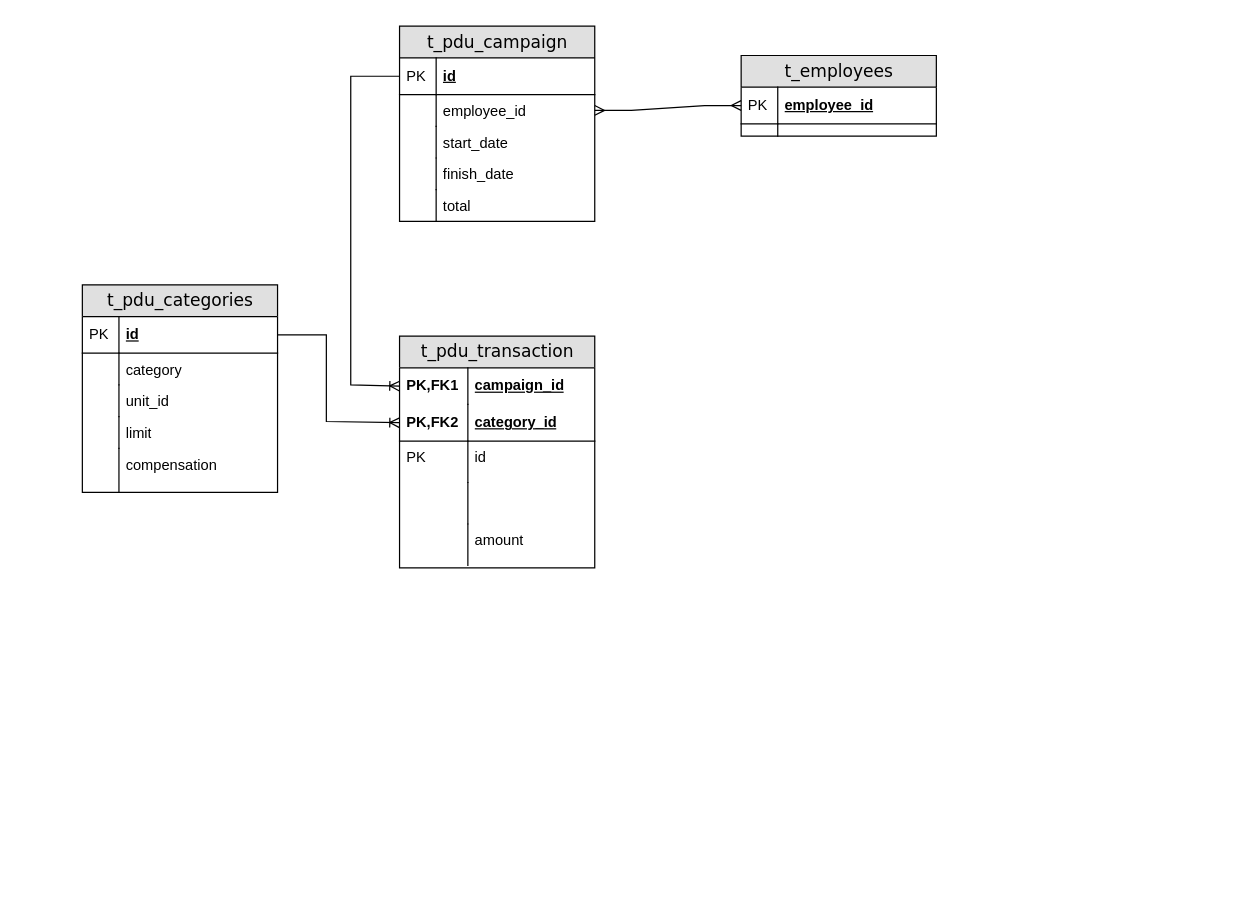
Earlier version of the draw.io diagram PDU.drawio (na3api/tt). Source tidied: cells renumbered, new cells numbered last; positions are measured from the earlier drawing's top-left corner, leaving out a move shared by most shapes. Both pictures are drawn from the tidied source at 122%, with x=0, y=0 at pixel (82, 26).
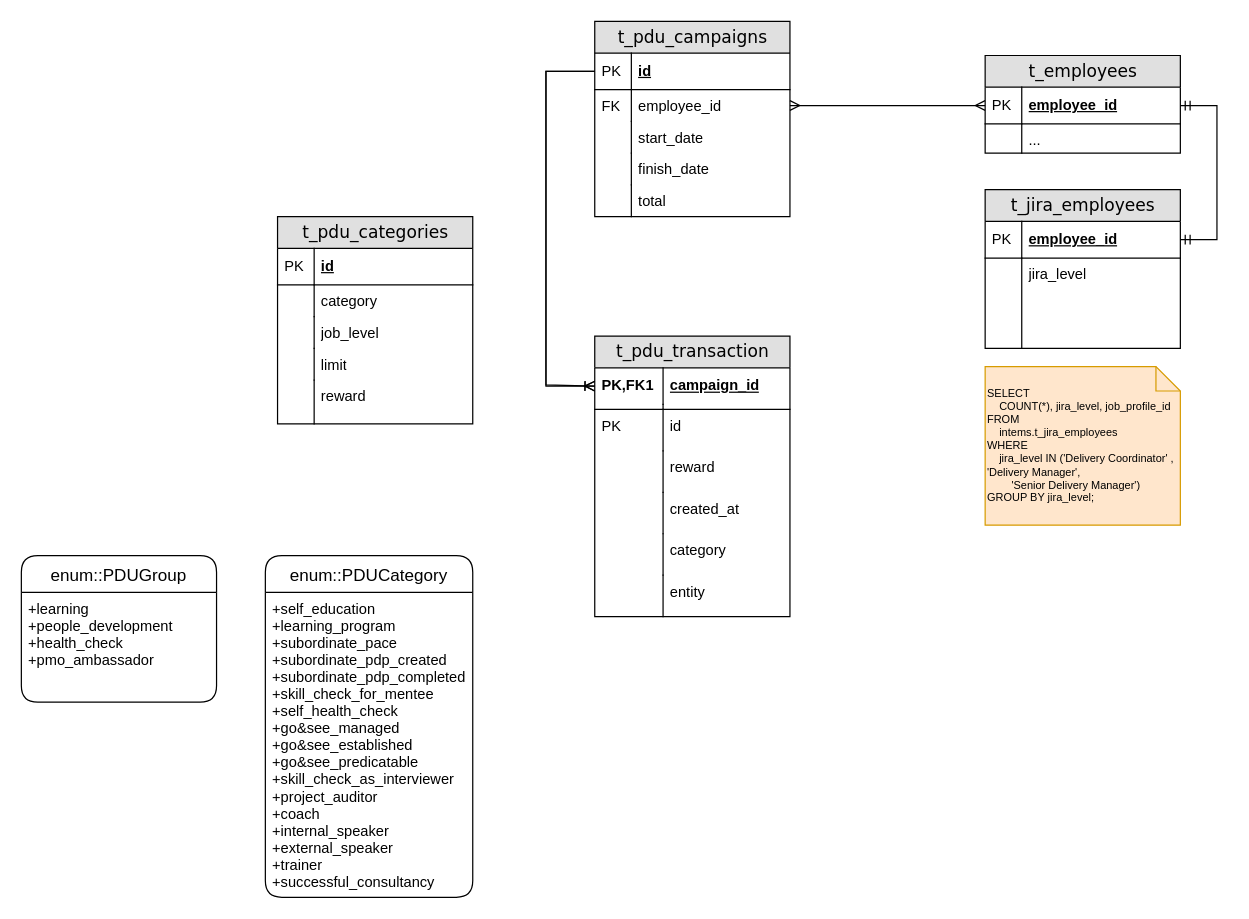
The same page after the edit.

Unchanged cells that the change refers to:
```xml
<mxCell id="3" value="employee_id" style="shape=partialRectangle;top=0;left=0;right=0;bottom=1;html=1;align=left;verticalAlign=middle;fillColor=none;spacingLeft=34;spacingRight=4;whiteSpace=wrap;overflow=hidden;points=[[0,0.5],[1,0.5]];portConstraint=eastwest;fontStyle=5;" parent="2" vertex="1">
  <mxGeometry y="26" width="160" height="30" as="geometry" />
</mxCell>
<mxCell id="8" value="id" style="shape=partialRectangle;top=0;left=0;right=0;bottom=1;html=1;align=left;verticalAlign=middle;fillColor=none;spacingLeft=34;spacingRight=4;whiteSpace=wrap;overflow=hidden;points=[[0,0.5],[1,0.5]];portConstraint=eastwest;fontStyle=5;" parent="7" vertex="1">
  <mxGeometry y="26" width="160" height="30" as="geometry" />
</mxCell>
<mxCell id="10" value="employee_id" style="shape=partialRectangle;top=0;left=0;right=0;bottom=0;html=1;align=left;verticalAlign=top;fillColor=none;spacingLeft=34;spacingRight=4;whiteSpace=wrap;overflow=hidden;points=[[0,0.5],[1,0.5]];portConstraint=eastwest;" parent="7" vertex="1">
  <mxGeometry y="56" width="160" height="26" as="geometry" />
</mxCell>
<mxCell id="19" value="campaign_id" style="shape=partialRectangle;top=0;left=0;right=0;bottom=0;html=1;align=left;verticalAlign=middle;fillColor=none;spacingLeft=60;spacingRight=4;whiteSpace=wrap;overflow=hidden;points=[[0,0.5],[1,0.5]];portConstraint=eastwest;fontStyle=5;" parent="18" vertex="1">
  <mxGeometry y="26" width="160" height="30" as="geometry" />
</mxCell>
<mxCell id="30" value="id" style="shape=partialRectangle;top=0;left=0;right=0;bottom=1;html=1;align=left;verticalAlign=middle;fillColor=none;spacingLeft=34;spacingRight=4;whiteSpace=wrap;overflow=hidden;points=[[0,0.5],[1,0.5]];portConstraint=eastwest;fontStyle=5;" parent="29" vertex="1">
  <mxGeometry y="26" width="160" height="30" as="geometry" />
</mxCell>
```

Change to the diagram source:
```diff
@@
     <mxCell id="2" value="t_employees" style="swimlane;html=1;fontStyle=0;horizontal=1;startSize=26;fillColor=#e0e0e0;swimlaneFillColor=#ffffff;align=center;rounded=0;shadow=0;comic=0;labelBackgroundColor=none;strokeWidth=1;fontFamily=Verdana;fontSize=14;swimlaneLine=1;" parent="1" vertex="1">
-      <mxGeometry x="540" y="24" width="160" height="66" as="geometry" />
+      <mxGeometry x="740" y="24" width="160" height="80" as="geometry" />
     </mxCell>
@@
-    <mxCell id="5" style="shape=partialRectangle;top=0;left=0;right=0;bottom=0;html=1;align=left;verticalAlign=top;fillColor=none;spacingLeft=34;spacingRight=4;whiteSpace=wrap;overflow=hidden;" parent="2" vertex="1">
-      <mxGeometry y="56" width="160" height="10" as="geometry" />
+    <mxCell id="5" value="..." style="shape=partialRectangle;top=0;left=0;right=0;bottom=0;html=1;align=left;verticalAlign=top;fillColor=none;spacingLeft=34;spacingRight=4;whiteSpace=wrap;overflow=hidden;" parent="2" vertex="1">
+      <mxGeometry y="56" width="160" height="24" as="geometry" />
     </mxCell>
     <mxCell id="6" style="shape=partialRectangle;top=0;left=0;bottom=0;html=1;fillColor=none;align=left;verticalAlign=top;spacingLeft=4;spacingRight=4;whiteSpace=wrap;overflow=hidden;" parent="5" vertex="1">
-      <mxGeometry width="30" height="10" as="geometry" />
+      <mxGeometry width="30" height="24" as="geometry" />
     </mxCell>
-    <mxCell id="7" value="t_pdu_campaign" style="swimlane;html=1;fontStyle=0;horizontal=1;startSize=26;fillColor=#e0e0e0;swimlaneFillColor=#ffffff;align=center;rounded=0;shadow=0;comic=0;labelBackgroundColor=none;strokeWidth=1;fontFamily=Verdana;fontSize=14;" parent="1" vertex="1">
-      <mxGeometry x="260" width="160" height="160" as="geometry" />
+    <mxCell id="7" value="t_pdu_campaigns" style="swimlane;html=1;fontStyle=0;horizontal=1;startSize=26;fillColor=#e0e0e0;swimlaneFillColor=#ffffff;align=center;rounded=0;shadow=0;comic=0;labelBackgroundColor=none;strokeWidth=1;fontFamily=Verdana;fontSize=14;" parent="1" vertex="1">
+      <mxGeometry x="420" y="-4" width="160" height="160" as="geometry" />
     </mxCell>
@@
-    <mxCell id="11" style="shape=partialRectangle;top=0;left=0;bottom=0;html=1;fillColor=none;align=left;verticalAlign=top;spacingLeft=4;spacingRight=4;whiteSpace=wrap;overflow=hidden;" parent="10" vertex="1">
+    <mxCell id="11" value="FK" style="shape=partialRectangle;top=0;left=0;bottom=0;html=1;fillColor=none;align=left;verticalAlign=top;spacingLeft=4;spacingRight=4;whiteSpace=wrap;overflow=hidden;" parent="10" vertex="1">
       <mxGeometry width="30" height="26" as="geometry" />
     </mxCell>
@@
     <mxCell id="18" value="t_pdu_transaction" style="swimlane;html=1;fontStyle=0;horizontal=1;startSize=26;fillColor=#e0e0e0;swimlaneFillColor=#ffffff;align=center;rounded=0;shadow=0;comic=0;labelBackgroundColor=none;strokeWidth=1;fontFamily=Verdana;fontSize=14;" parent="1" vertex="1">
-      <mxGeometry x="260" y="254" width="160" height="190" as="geometry" />
+      <mxGeometry x="420" y="254" width="160" height="230" as="geometry" />
     </mxCell>
@@
-    <mxCell id="21" value="category_id" style="shape=partialRectangle;top=0;left=0;right=0;bottom=1;html=1;align=left;verticalAlign=middle;fillColor=none;spacingLeft=60;spacingRight=4;whiteSpace=wrap;overflow=hidden;points=[[0,0.5],[1,0.5]];portConstraint=eastwest;fontStyle=5;" parent="18" vertex="1">
-      <mxGeometry y="56" width="160" height="30" as="geometry" />
+    <mxCell id="21" style="shape=partialRectangle;top=0;left=0;right=0;bottom=1;html=1;align=left;verticalAlign=middle;fillColor=none;spacingLeft=60;spacingRight=4;whiteSpace=wrap;overflow=hidden;points=[[0,0.5],[1,0.5]];portConstraint=eastwest;fontStyle=5;" parent="18" vertex="1">
+      <mxGeometry y="56" width="160" height="4" as="geometry" />
     </mxCell>
-    <mxCell id="22" value="PK,FK2" style="shape=partialRectangle;fontStyle=1;top=0;left=0;bottom=0;html=1;fillColor=none;align=left;verticalAlign=middle;spacingLeft=4;spacingRight=4;whiteSpace=wrap;overflow=hidden;" parent="21" vertex="1">
-      <mxGeometry width="56" height="30" as="geometry" />
+    <mxCell id="22" style="shape=partialRectangle;fontStyle=1;top=0;left=0;bottom=0;html=1;fillColor=none;align=left;verticalAlign=middle;spacingLeft=4;spacingRight=4;whiteSpace=wrap;overflow=hidden;" parent="21" vertex="1">
+      <mxGeometry width="56" height="4" as="geometry" />
     </mxCell>
     <mxCell id="23" value="id" style="shape=partialRectangle;top=0;left=0;right=0;bottom=0;html=1;align=left;verticalAlign=top;fillColor=none;spacingLeft=60;spacingRight=4;whiteSpace=wrap;overflow=hidden;" parent="18" vertex="1">
-      <mxGeometry y="86" width="160" height="34" as="geometry" />
+      <mxGeometry y="60" width="160" height="34" as="geometry" />
     </mxCell>
@@
-    <mxCell id="25" style="shape=partialRectangle;top=0;left=0;right=0;bottom=0;html=1;align=left;verticalAlign=top;fillColor=none;spacingLeft=60;spacingRight=4;whiteSpace=wrap;overflow=hidden;" parent="18" vertex="1">
-      <mxGeometry y="120" width="160" height="34" as="geometry" />
+    <mxCell id="25" value="reward" style="shape=partialRectangle;top=0;left=0;right=0;bottom=0;html=1;align=left;verticalAlign=top;fillColor=none;spacingLeft=60;spacingRight=4;whiteSpace=wrap;overflow=hidden;" parent="18" vertex="1">
+      <mxGeometry y="94" width="160" height="34" as="geometry" />
     </mxCell>
@@
-    <mxCell id="27" value="amount" style="shape=partialRectangle;top=0;left=0;right=0;bottom=0;html=1;align=left;verticalAlign=top;fillColor=none;spacingLeft=60;spacingRight=4;whiteSpace=wrap;overflow=hidden;" parent="18" vertex="1">
-      <mxGeometry y="154" width="160" height="34" as="geometry" />
+    <mxCell id="27" value="created_at" style="shape=partialRectangle;top=0;left=0;right=0;bottom=0;html=1;align=left;verticalAlign=top;fillColor=none;spacingLeft=60;spacingRight=4;whiteSpace=wrap;overflow=hidden;" parent="18" vertex="1">
+      <mxGeometry y="128" width="160" height="34" as="geometry" />
     </mxCell>
@@
+    <mxCell id="43" value="category" style="shape=partialRectangle;top=0;left=0;right=0;bottom=0;html=1;align=left;verticalAlign=top;fillColor=none;spacingLeft=60;spacingRight=4;whiteSpace=wrap;overflow=hidden;" parent="18" vertex="1">
+      <mxGeometry y="162" width="160" height="34" as="geometry" />
+    </mxCell>
+    <mxCell id="44" style="shape=partialRectangle;top=0;left=0;bottom=0;html=1;fillColor=none;align=left;verticalAlign=top;spacingLeft=4;spacingRight=4;whiteSpace=wrap;overflow=hidden;" parent="43" vertex="1">
+      <mxGeometry width="56" height="34" as="geometry" />
+    </mxCell>
+    <mxCell id="45" value="entity" style="shape=partialRectangle;top=0;left=0;right=0;bottom=0;html=1;align=left;verticalAlign=top;fillColor=none;spacingLeft=60;spacingRight=4;whiteSpace=wrap;overflow=hidden;" parent="18" vertex="1">
+      <mxGeometry y="196" width="160" height="34" as="geometry" />
+    </mxCell>
+    <mxCell id="46" style="shape=partialRectangle;top=0;left=0;bottom=0;html=1;fillColor=none;align=left;verticalAlign=top;spacingLeft=4;spacingRight=4;whiteSpace=wrap;overflow=hidden;" parent="45" vertex="1">
+      <mxGeometry width="56" height="34" as="geometry" />
+    </mxCell>
     <mxCell id="29" value="t_pdu_categories" style="swimlane;html=1;fontStyle=0;horizontal=1;startSize=26;fillColor=#e0e0e0;swimlaneFillColor=#ffffff;align=center;rounded=0;shadow=0;comic=0;labelBackgroundColor=none;strokeWidth=1;fontFamily=Verdana;fontSize=14;" parent="1" vertex="1">
-      <mxGeometry y="212" width="160" height="170" as="geometry" />
+      <mxGeometry x="160" y="156" width="160" height="170" as="geometry" />
     </mxCell>
@@
-    <mxCell id="34" value="unit_id" style="shape=partialRectangle;top=0;left=0;right=0;bottom=0;html=1;align=left;verticalAlign=top;fillColor=none;spacingLeft=34;spacingRight=4;whiteSpace=wrap;overflow=hidden;" parent="29" vertex="1">
+    <mxCell id="34" value="job_level" style="shape=partialRectangle;top=0;left=0;right=0;bottom=0;html=1;align=left;verticalAlign=top;fillColor=none;spacingLeft=34;spacingRight=4;whiteSpace=wrap;overflow=hidden;" parent="29" vertex="1">
       <mxGeometry y="82" width="160" height="26" as="geometry" />
     </mxCell>
@@
-    <mxCell id="38" value="compensation" style="shape=partialRectangle;top=0;left=0;right=0;bottom=0;html=1;align=left;verticalAlign=top;fillColor=none;spacingLeft=34;spacingRight=4;whiteSpace=wrap;overflow=hidden;" parent="29" vertex="1">
+    <mxCell id="38" value="reward" style="shape=partialRectangle;top=0;left=0;right=0;bottom=0;html=1;align=left;verticalAlign=top;fillColor=none;spacingLeft=34;spacingRight=4;whiteSpace=wrap;overflow=hidden;" parent="29" vertex="1">
       <mxGeometry y="134" width="160" height="36" as="geometry" />
     </mxCell>
@@
     <mxCell id="40" style="fontSize=12;html=1;endArrow=ERoneToMany;rounded=0;shadow=0;entryX=0;entryY=0.5;entryDx=0;entryDy=0;exitX=0;exitY=0.5;exitDx=0;exitDy=0;" parent="1" edge="1" source="8" target="19">
       <mxGeometry relative="1" as="geometry">
         <Array as="points">
-          <mxPoint x="220" y="41" />
-          <mxPoint x="220" y="294" />
+          <mxPoint x="380" y="37" />
+          <mxPoint x="380" y="294" />
         </Array>
       </mxGeometry>
     </mxCell>
@@
-    <mxCell id="42" style="fontSize=12;html=1;endArrow=ERoneToMany;rounded=0;shadow=0;sketch=0;exitX=1;exitY=0.5;exitDx=0;exitDy=0;entryX=0;entryY=0.5;entryDx=0;entryDy=0;" parent="1" edge="1" source="30" target="21">
-      <mxGeometry x="0.55" y="-22" relative="1" as="geometry">
-        <Array as="points">
-          <mxPoint x="200" y="253" />
-          <mxPoint x="200" y="324" />
-        </Array>
-      </mxGeometry>
-    </mxCell>
+    <mxCell id="47" value="t_jira_employees" style="swimlane;html=1;fontStyle=0;horizontal=1;startSize=26;fillColor=#e0e0e0;swimlaneFillColor=#ffffff;align=center;rounded=0;shadow=0;comic=0;labelBackgroundColor=none;strokeWidth=1;fontFamily=Verdana;fontSize=14;swimlaneLine=1;" parent="1" vertex="1">
+      <mxGeometry x="740" y="134" width="160" height="130" as="geometry" />
+    </mxCell>
+    <mxCell id="48" value="employee_id" style="shape=partialRectangle;top=0;left=0;right=0;bottom=1;html=1;align=left;verticalAlign=middle;fillColor=none;spacingLeft=34;spacingRight=4;whiteSpace=wrap;overflow=hidden;points=[[0,0.5],[1,0.5]];portConstraint=eastwest;fontStyle=5;" parent="47" vertex="1">
+      <mxGeometry y="26" width="160" height="30" as="geometry" />
+    </mxCell>
+    <mxCell id="49" value="PK" style="shape=partialRectangle;top=0;left=0;bottom=0;html=1;fillColor=none;align=left;verticalAlign=middle;spacingLeft=4;spacingRight=4;whiteSpace=wrap;overflow=hidden;" parent="48" vertex="1">
+      <mxGeometry width="30" height="30" as="geometry" />
+    </mxCell>
+    <mxCell id="50" value="jira_level" style="shape=partialRectangle;top=0;left=0;right=0;bottom=0;html=1;align=left;verticalAlign=top;fillColor=none;spacingLeft=34;spacingRight=4;whiteSpace=wrap;overflow=hidden;" parent="47" vertex="1">
+      <mxGeometry y="56" width="160" height="74" as="geometry" />
+    </mxCell>
+    <mxCell id="51" style="shape=partialRectangle;top=0;left=0;bottom=0;html=1;fillColor=none;align=left;verticalAlign=top;spacingLeft=4;spacingRight=4;whiteSpace=wrap;overflow=hidden;" parent="50" vertex="1">
+      <mxGeometry width="30" height="74" as="geometry" />
+    </mxCell>
+    <mxCell id="52" value="enum::PDUCategory" style="swimlane;horizontal=1;startSize=30;rounded=1;fontSize=14;fontStyle=0;strokeWidth=1;shadow=0;dashed=0;align=center;fillColor=none;swimlaneLine=1;" parent="1" vertex="1">
+      <mxGeometry x="150" y="434" width="170" height="280" as="geometry" />
+    </mxCell>
+    <mxCell id="53" value="+self_education&#10;+learning_program&#10;+subordinate_pace&#10;+subordinate_pdp_created&#10;+subordinate_pdp_completed&#10;+skill_check_for_mentee&#10;+self_health_check&#10;+go&amp;see_managed&#10;+go&amp;see_established&#10;+go&amp;see_predicatable&#10;+skill_check_as_interviewer&#10;+project_auditor&#10;+coach&#10;+internal_speaker&#10;+external_speaker&#10;+trainer&#10;+successful_consultancy&#10;" style="align=left;strokeColor=none;fillColor=none;spacingLeft=4;fontSize=12;verticalAlign=top;" parent="52" vertex="1">
+      <mxGeometry y="30" width="170" height="250" as="geometry" />
+    </mxCell>
+    <mxCell id="54" value="enum::PDUGroup" style="swimlane;horizontal=1;startSize=30;rounded=1;fontSize=14;fontStyle=0;strokeWidth=1;shadow=0;dashed=0;align=center;fillColor=none;" parent="1" vertex="1">
+      <mxGeometry x="-50" y="434" width="160" height="120" as="geometry" />
+    </mxCell>
+    <mxCell id="55" value="+learning&#10;+people_development&#10;+health_check&#10;+pmo_ambassador" style="align=left;strokeColor=none;fillColor=none;spacingLeft=4;fontSize=12;verticalAlign=top;strokeWidth=1;" parent="54" vertex="1">
+      <mxGeometry y="30" width="160" height="90" as="geometry" />
+    </mxCell>
+    <mxCell id="56" value="&lt;div&gt;SELECT&amp;nbsp;&lt;/div&gt;&lt;div&gt;&amp;nbsp; &amp;nbsp; COUNT(*), jira_level, job_profile_id&lt;/div&gt;&lt;div&gt;FROM&lt;/div&gt;&lt;div&gt;&amp;nbsp; &amp;nbsp; intems.t_jira_employees&lt;/div&gt;&lt;div&gt;WHERE&lt;/div&gt;&lt;div&gt;&amp;nbsp; &amp;nbsp; jira_level IN ('Delivery Coordinator' , 'Delivery Manager',&lt;/div&gt;&lt;div&gt;&amp;nbsp; &amp;nbsp; &amp;nbsp; &amp;nbsp; 'Senior Delivery Manager')&lt;/div&gt;&lt;div&gt;GROUP BY jira_level;&lt;/div&gt;" style="shape=note;size=20;whiteSpace=wrap;html=1;strokeWidth=1;fontSize=9;align=left;perimeterSpacing=3;shadow=0;fillColor=#ffe6cc;strokeColor=#d79b00;gradientColor=none;horizontal=1;" parent="1" vertex="1">
+      <mxGeometry x="740" y="279" width="160" height="130" as="geometry" />
+    </mxCell>
+    <mxCell id="57" style="edgeStyle=entityRelationEdgeStyle;fontSize=12;html=1;endArrow=ERmandOne;startArrow=ERmandOne;rounded=0;shadow=0;entryX=1;entryY=0.5;entryDx=0;entryDy=0;exitX=1;exitY=0.5;exitDx=0;exitDy=0;" parent="1" edge="1" source="3" target="48">
+      <mxGeometry relative="1" as="geometry" />
+    </mxCell>
+    <mxCell id="58" style="fontSize=12;html=1;endArrow=ERoneToMany;rounded=0;shadow=0;entryX=0;entryY=0.5;entryDx=0;entryDy=0;exitX=0;exitY=0.5;exitDx=0;exitDy=0;" parent="1" edge="1" source="8" target="19">
+      <mxGeometry relative="1" as="geometry">
+        <Array as="points">
+          <mxPoint x="380" y="37" />
+          <mxPoint x="380" y="295" />
+        </Array>
+      </mxGeometry>
+    </mxCell>
```
